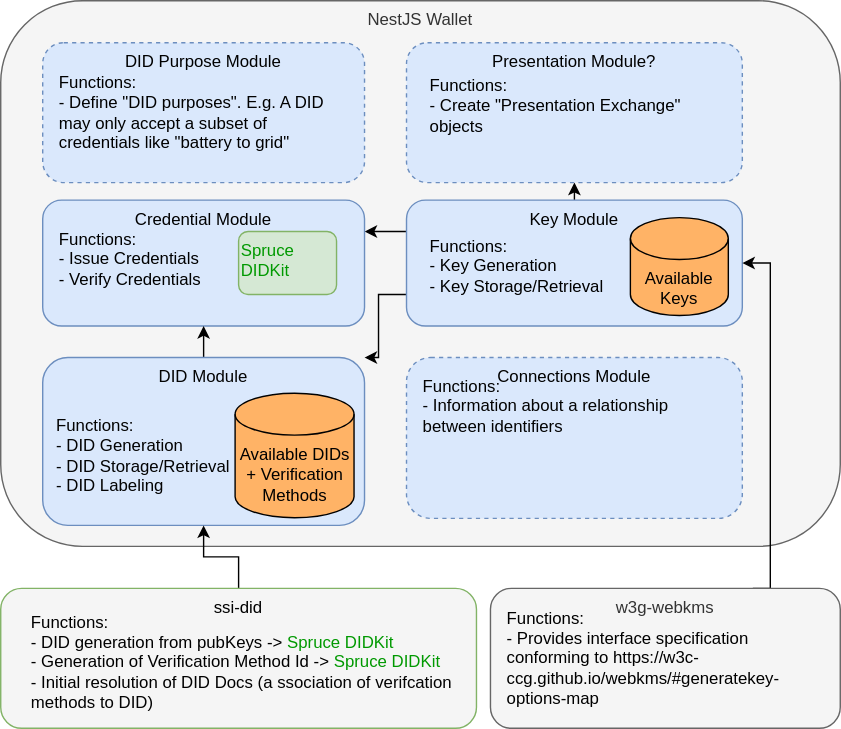
This is ssi-wallet-architecture.drawio.svg from openwallet-foundation-labs/vc-api, a draw.io export, as it was before one commit. Source tidied: cells renumbered, new cells last; positions are measured from the earlier drawing's top-left corner, leaving out a move shared by most shapes.
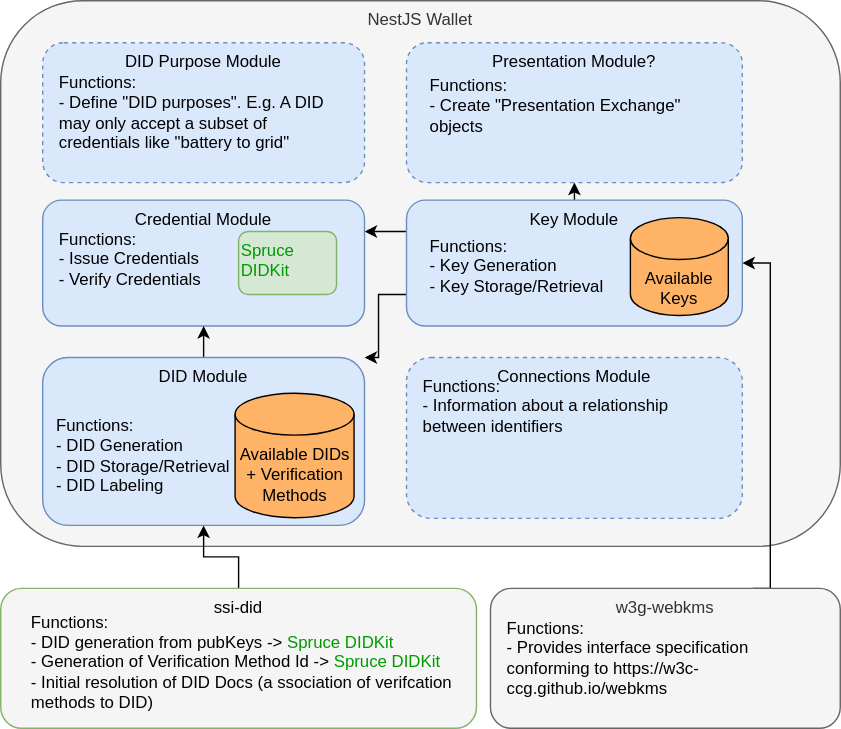
After the change.

Commit message:
docs: fix webKms link

Change to the diagram source:
```diff
@@ -87,7 +87,7 @@
     <mxCell id="26" value="w3g-webkms&lt;br&gt;" style="rounded=1;whiteSpace=wrap;html=1;verticalAlign=top;fontColor=#333333;strokeColor=#666666;fillColor=#F5F5F5;" parent="1" vertex="1">
       <mxGeometry x="350" y="420" width="250" height="100" as="geometry" />
     </mxCell>
-    <mxCell id="27" value="&lt;span style=&quot;color: rgb(0 , 0 , 0)&quot;&gt;Functions:&lt;/span&gt;&lt;br style=&quot;color: rgb(0 , 0 , 0)&quot;&gt;&lt;span style=&quot;color: rgb(0 , 0 , 0)&quot;&gt;- Provides interface specification conforming to&amp;nbsp;&lt;/span&gt;&lt;font color=&quot;#000000&quot;&gt;&lt;a href=&quot;https://w3c-ccg.github.io/webkms/#generatekey-options-map&quot;&gt;https://w3c-ccg.github.io/webkms/#generatekey-options-map&lt;/a&gt;&lt;/font&gt;" style="text;html=1;strokeColor=none;fillColor=none;align=left;verticalAlign=middle;whiteSpace=wrap;rounded=0;fontColor=#030303;" parent="1" vertex="1">
+    <mxCell id="27" value="&lt;span style=&quot;color: rgb(0 , 0 , 0)&quot;&gt;Functions:&lt;/span&gt;&lt;br style=&quot;color: rgb(0 , 0 , 0)&quot;&gt;&lt;span style=&quot;color: rgb(0 , 0 , 0)&quot;&gt;- Provides interface specification conforming to&amp;nbsp;&lt;/span&gt;&lt;font color=&quot;#000000&quot;&gt;&lt;a href=&quot;https://w3c-ccg.github.io/webkms&quot;&gt;https://w3c-ccg.github.io/webkms&lt;/a&gt;&lt;/font&gt;" style="text;html=1;strokeColor=none;fillColor=none;align=left;verticalAlign=middle;whiteSpace=wrap;rounded=0;fontColor=#030303;" parent="1" vertex="1">
       <mxGeometry x="360" y="435" width="230" height="70" as="geometry" />
     </mxCell>
   </root>
```
